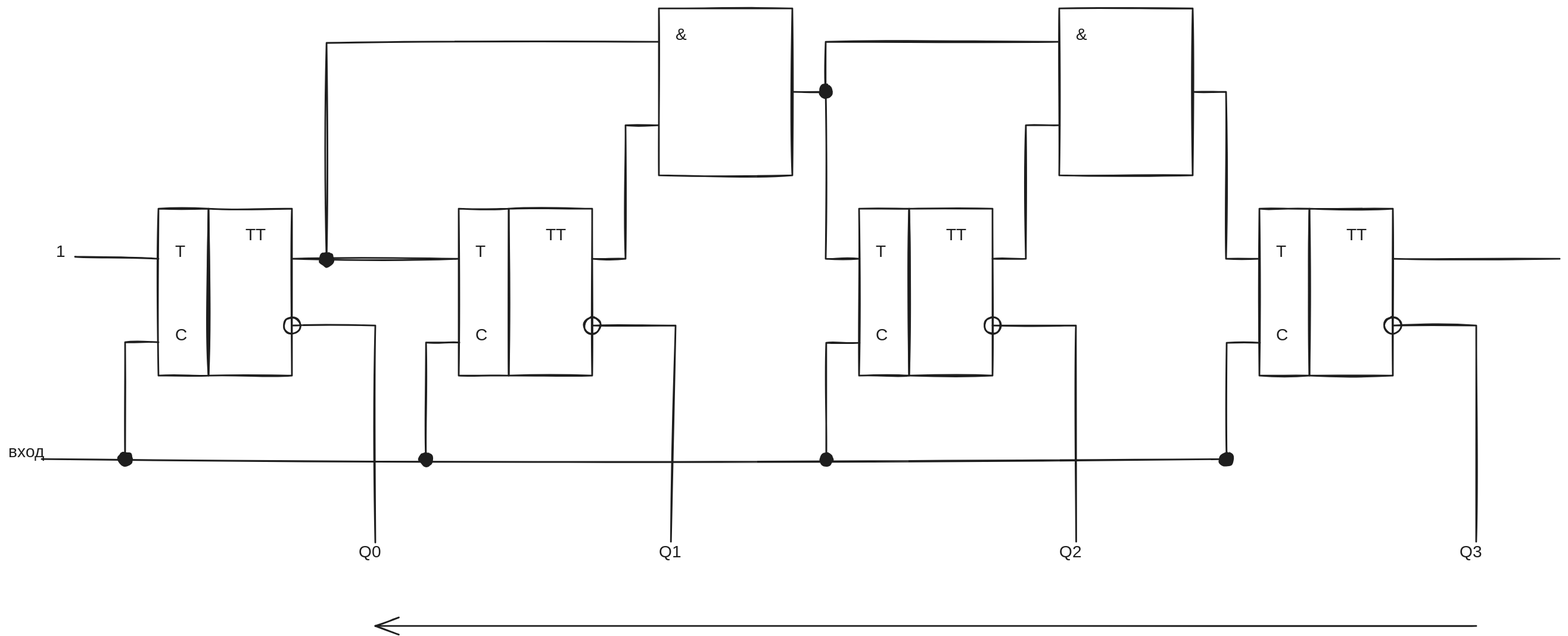
The Excalidraw diagram comp-sys-org/lab/circ-04.excalidraw.svg in kawazaki42/NoteS4, before a commit. Source tidied: one line per element, renumbered; positions are measured from the earlier drawing's top-left corner, leaving out a move shared by most shapes.
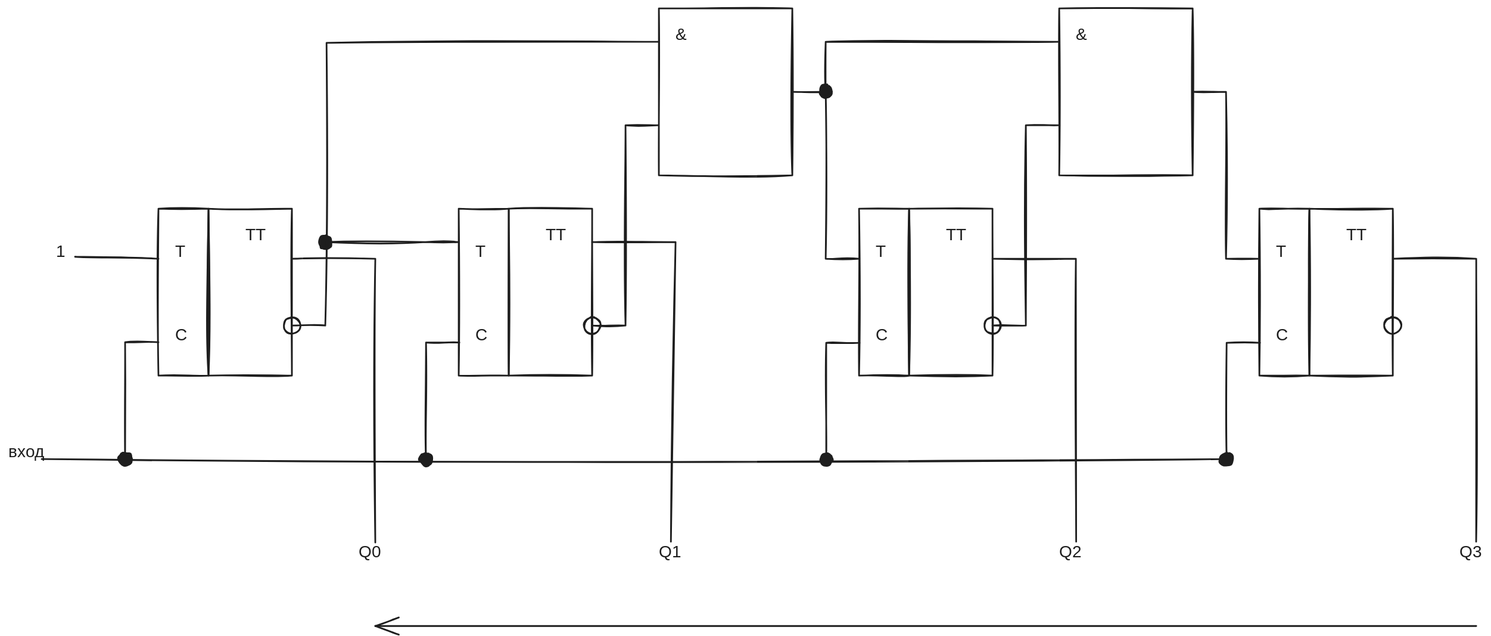
After the commit.

Commit message:
comp-sys-org: fixed circ-04.excalidraw.svg

What changed in the source:
```diff
@@ -1,5 +1,5 @@
-{"id": 0, "type": "arrow", "strokeColor": "#1e1e1e", "strokeWidth": 2, "roughness": 1, "from": 3, "to": 14, "x": 340, "y": 300, "width": 200, "height": 0, "points": [[0, 0], [200, 0]]}
+{"id": 0, "type": "arrow", "strokeColor": "#1e1e1e", "strokeWidth": 2, "roughness": 1, "startArrowhead": "dot", "to": 14, "x": 380, "y": 280, "width": 160, "height": 0, "points": [[0, 0], [120, 0], [120, 0], [160, 0]]}
-{"id": 1, "type": "arrow", "strokeColor": "#1e1e1e", "strokeWidth": 2, "roughness": 1, "from": 3, "to": 48, "x": 340, "y": 380, "width": 100, "height": 260, "points": [[0, 0], [100, 0], [100, 260]]}
+{"id": 1, "type": "arrow", "strokeColor": "#1e1e1e", "strokeWidth": 2, "roughness": 1, "from": 3, "to": 48, "x": 340, "y": 300, "width": 100, "height": 340, "points": [[0, 0], [100, 0], [100, 340]]}
 {"id": 2, "type": "ellipse", "strokeColor": "#1e1e1e", "strokeWidth": 2, "roughness": 1, "x": 330, "y": 370, "width": 20, "height": 20}
 {"id": 3, "type": "rectangle", "strokeColor": "#1e1e1e", "strokeWidth": 2, "roughness": 1, "x": 240, "y": 240, "width": 100, "height": 200}
 {"id": 4, "type": "rectangle", "strokeColor": "#1e1e1e", "strokeWidth": 2, "roughness": 1, "x": 180, "y": 240, "width": 60, "height": 200}
@@ -8,19 +8,19 @@
 {"id": 7, "type": "text", "text": "TT", "strokeColor": "#1e1e1e", "strokeWidth": 2, "roughness": 1, "fontSize": 20, "fontFamily": 1, "textAlign": "center", "x": 280, "y": 260, "width": 32, "height": 25}
 {"id": 8, "type": "arrow", "strokeColor": "#1e1e1e", "strokeWidth": 2, "roughness": 1, "from": 4, "to": 9, "x": 180, "y": 300, "width": 100, "height": 2, "points": [[0, 0], [-100, -2]]}
 {"id": 9, "type": "text", "text": "1", "strokeColor": "#1e1e1e", "strokeWidth": 2, "roughness": 1, "fontSize": 20, "fontFamily": 1, "textAlign": "center", "x": 60, "y": 280, "width": 5, "height": 25}
-{"id": 10, "type": "arrow", "strokeColor": "#1e1e1e", "strokeWidth": 2, "roughness": 1, "from": 13, "to": 19, "x": 700, "y": 300, "width": 79, "height": 160, "points": [[0, 0], [40, 0], [40, -160], [79, -160]]}
+{"id": 10, "type": "arrow", "strokeColor": "#1e1e1e", "strokeWidth": 2, "roughness": 1, "from": 13, "to": 19, "x": 700, "y": 380, "width": 79, "height": 240, "points": [[0, 0], [40, 0], [40, -240], [79, -240]]}
-{"id": 11, "type": "arrow", "strokeColor": "#1e1e1e", "strokeWidth": 2, "roughness": 1, "from": 13, "to": 49, "x": 700, "y": 380, "width": 100, "height": 259, "points": [[0, 0], [100, 0], [94, 259]]}
+{"id": 11, "type": "arrow", "strokeColor": "#1e1e1e", "strokeWidth": 2, "roughness": 1, "from": 13, "to": 49, "x": 700, "y": 280, "width": 100, "height": 359, "points": [[0, 0], [100, 0], [94, 359]]}
 {"id": 12, "type": "ellipse", "strokeColor": "#1e1e1e", "strokeWidth": 2, "roughness": 1, "x": 690, "y": 370, "width": 20, "height": 20}
 {"id": 13, "type": "rectangle", "strokeColor": "#1e1e1e", "strokeWidth": 2, "roughness": 1, "x": 600, "y": 240, "width": 100, "height": 200}
 {"id": 14, "type": "rectangle", "strokeColor": "#1e1e1e", "strokeWidth": 2, "roughness": 1, "x": 540, "y": 240, "width": 60, "height": 200}
 {"id": 15, "type": "text", "text": "T", "strokeColor": "#1e1e1e", "strokeWidth": 2, "roughness": 1, "fontSize": 20, "fontFamily": 1, "x": 560, "y": 280, "width": 16, "height": 25}
 {"id": 16, "type": "text", "text": "C", "strokeColor": "#1e1e1e", "strokeWidth": 2, "roughness": 1, "fontSize": 20, "fontFamily": 1, "x": 560, "y": 380, "width": 13, "height": 25}
 {"id": 17, "type": "text", "text": "TT", "strokeColor": "#1e1e1e", "strokeWidth": 2, "roughness": 1, "fontSize": 20, "fontFamily": 1, "textAlign": "center", "x": 640, "y": 260, "width": 32, "height": 25}
-{"id": 18, "type": "arrow", "strokeColor": "#1e1e1e", "strokeWidth": 2, "roughness": 1, "startArrowhead": "dot", "to": 19, "x": 382, "y": 301, "width": 398, "height": 261, "points": [[0, 0], [0, -260], [398, -261]]}
+{"id": 18, "type": "arrow", "strokeColor": "#1e1e1e", "strokeWidth": 2, "roughness": 1, "from": 3, "to": 19, "x": 340, "y": 380, "width": 440, "height": 340, "points": [[0, 0], [40, 0], [42, -339], [440, -340]]}
 {"id": 19, "type": "rectangle", "strokeColor": "#1e1e1e", "strokeWidth": 2, "roughness": 1, "x": 780, "y": 0, "width": 160, "height": 200}
 {"id": 20, "type": "text", "text": "&", "strokeColor": "#1e1e1e", "strokeWidth": 2, "roughness": 1, "fontSize": 20, "fontFamily": 1, "x": 800, "y": 20, "width": 14, "height": 25}
-{"id": 21, "type": "arrow", "strokeColor": "#1e1e1e", "strokeWidth": 2, "roughness": 1, "from": 24, "to": 30, "x": 1180, "y": 300, "width": 79, "height": 160, "points": [[0, 0], [40, 0], [40, -160], [79, -160]]}
+{"id": 21, "type": "arrow", "strokeColor": "#1e1e1e", "strokeWidth": 2, "roughness": 1, "from": 24, "to": 30, "x": 1180, "y": 380, "width": 79, "height": 240, "points": [[0, 0], [40, 0], [40, -240], [79, -240]]}
-{"id": 22, "type": "arrow", "strokeColor": "#1e1e1e", "strokeWidth": 2, "roughness": 1, "from": 24, "to": 50, "x": 1180, "y": 380, "width": 100, "height": 259, "points": [[0, 0], [100, 0], [100, 259]]}
+{"id": 22, "type": "arrow", "strokeColor": "#1e1e1e", "strokeWidth": 2, "roughness": 1, "from": 24, "to": 50, "x": 1180, "y": 300, "width": 100, "height": 339, "points": [[0, 0], [100, 0], [100, 339]]}
 {"id": 23, "type": "ellipse", "strokeColor": "#1e1e1e", "strokeWidth": 2, "roughness": 1, "x": 1170, "y": 370, "width": 20, "height": 20}
 {"id": 24, "type": "rectangle", "strokeColor": "#1e1e1e", "strokeWidth": 2, "roughness": 1, "x": 1080, "y": 240, "width": 100, "height": 200}
 {"id": 25, "type": "rectangle", "strokeColor": "#1e1e1e", "strokeWidth": 2, "roughness": 1, "x": 1020, "y": 240, "width": 60, "height": 200}
@@ -30,8 +30,7 @@
 {"id": 29, "type": "arrow", "strokeColor": "#1e1e1e", "strokeWidth": 2, "roughness": 1, "from": 19, "to": 25, "x": 940, "y": 100, "width": 80, "height": 200, "points": [[0, 0], [40, 0], [40, 200], [80, 200]]}
 {"id": 30, "type": "rectangle", "strokeColor": "#1e1e1e", "strokeWidth": 2, "roughness": 1, "x": 1260, "y": 0, "width": 160, "height": 200}
 {"id": 31, "type": "text", "text": "&", "strokeColor": "#1e1e1e", "strokeWidth": 2, "roughness": 1, "fontSize": 20, "fontFamily": 1, "x": 1280, "y": 20, "width": 14, "height": 25}
-{"id": 32, "type": "arrow", "strokeColor": "#1e1e1e", "strokeWidth": 2, "roughness": 1, "from": 35, "x": 1660, "y": 300, "width": 200, "height": 0, "points": [[0, 0], [200, 0]]}
-{"id": 33, "type": "arrow", "strokeColor": "#1e1e1e", "strokeWidth": 2, "roughness": 1, "from": 35, "to": 51, "x": 1660, "y": 380, "width": 100, "height": 259, "points": [[0, 0], [100, 0], [100, 259]]}
+{"id": 33, "type": "arrow", "strokeColor": "#1e1e1e", "strokeWidth": 2, "roughness": 1, "from": 35, "to": 51, "x": 1660, "y": 300, "width": 100, "height": 339, "points": [[0, 0], [100, 0], [100, 339]]}
 {"id": 34, "type": "ellipse", "strokeColor": "#1e1e1e", "strokeWidth": 2, "roughness": 1, "x": 1650, "y": 370, "width": 20, "height": 20}
 {"id": 35, "type": "rectangle", "strokeColor": "#1e1e1e", "strokeWidth": 2, "roughness": 1, "x": 1560, "y": 240, "width": 100, "height": 200}
 {"id": 36, "type": "rectangle", "strokeColor": "#1e1e1e", "strokeWidth": 2, "roughness": 1, "x": 1500, "y": 240, "width": 60, "height": 200}
```
